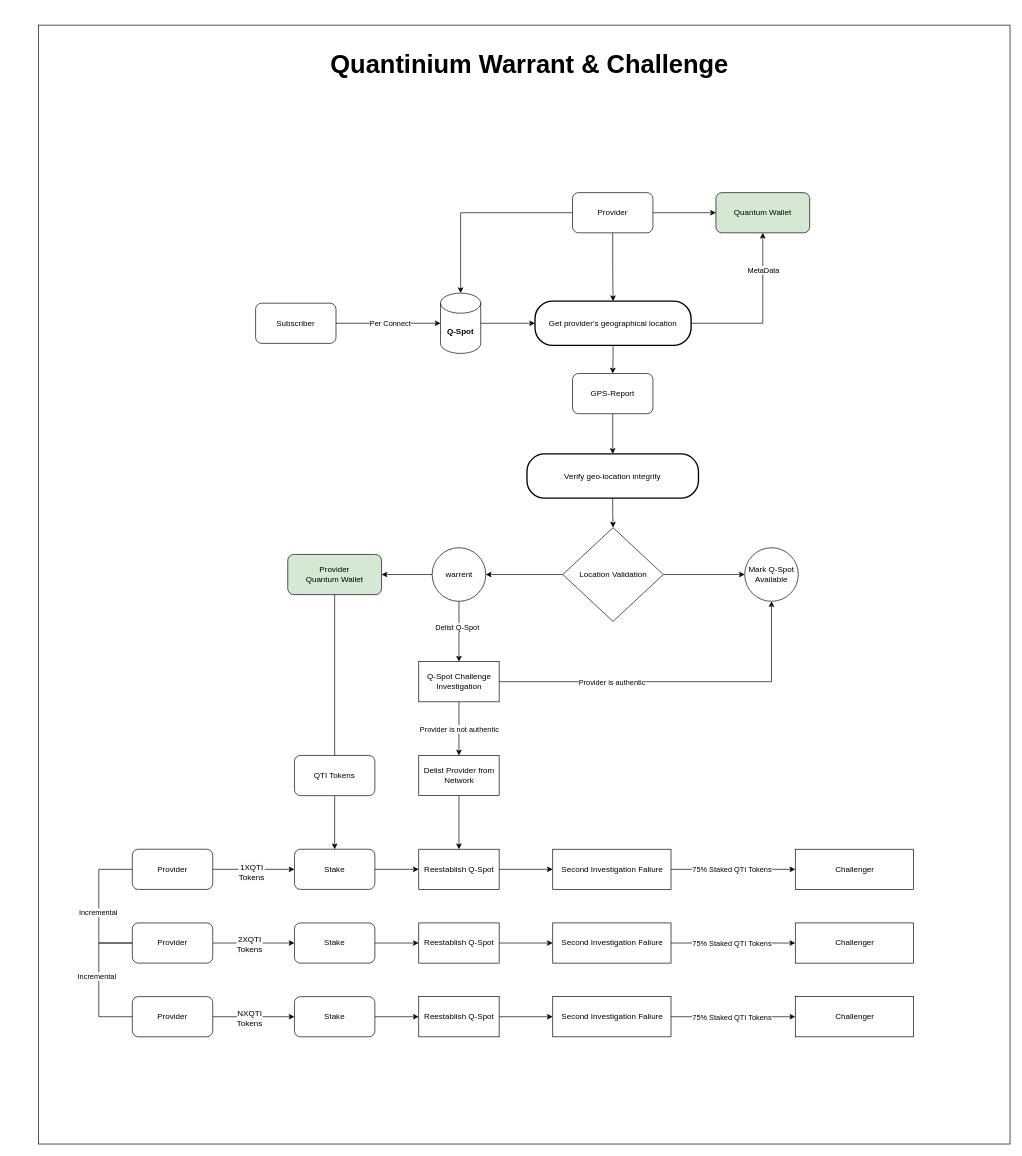
Above: QuantiniumFlow.drawio in ali-05-ahmed/Concept-Diagrams (draw.io), before the change. Source tidied: cells renumbered, new cells numbered last; positions are measured from the earlier drawing's top-left corner, leaving out a move shared by most shapes. Both pictures are drawn from the tidied source at 67%, with x=0, y=0 at pixel (38, 25).
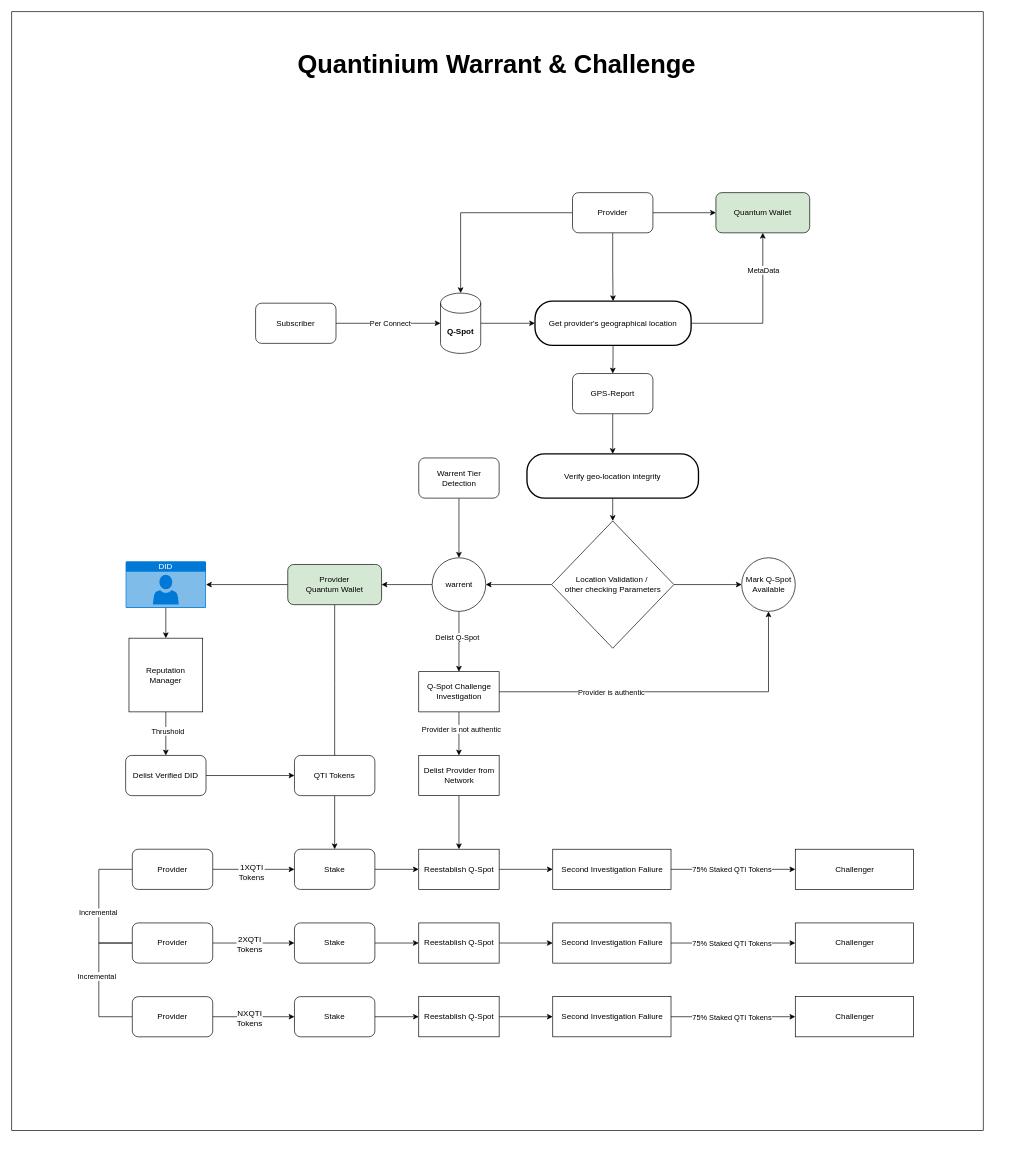
Above is the later version.

Unchanged cells that the change refers to:
```xml
<mxCell id="48" value="QTI Tokens" style="rounded=1;whiteSpace=wrap;html=1;" parent="1" vertex="1">
  <mxGeometry x="382" y="1090" width="120" height="60" as="geometry" />
</mxCell>
```

Diff of the diagram source:
```diff
@@
     <mxCell id="2" style="rounded=0;whiteSpace=wrap;html=1;" parent="1" vertex="1">
-      <mxGeometry width="1450" height="1670" as="geometry" />
+      <mxGeometry x="-40" y="-20" width="1450" height="1670" as="geometry" />
     </mxCell>
@@
-    <mxCell id="23" value="Location Validation" style="rhombus;whiteSpace=wrap;html=1;" parent="1" vertex="1">
-      <mxGeometry x="782.5" y="750" width="150" height="140" as="geometry" />
+    <mxCell id="23" value="Location Validation /&amp;nbsp;&lt;br&gt;other checking Parameters" style="rhombus;whiteSpace=wrap;html=1;" parent="1" vertex="1">
+      <mxGeometry x="765.8" y="740" width="182.5" height="190" as="geometry" />
     </mxCell>
@@
     <mxCell id="27" value="warrent" style="ellipse;whiteSpace=wrap;html=1;" parent="1" vertex="1">
-      <mxGeometry x="587.5" y="780" width="80" height="80" as="geometry" />
+      <mxGeometry x="587.5" y="795" width="80" height="80" as="geometry" />
     </mxCell>
     <mxCell id="28" value="Mark Q-Spot&lt;br&gt;Available" style="ellipse;whiteSpace=wrap;html=1;" parent="1" vertex="1">
-      <mxGeometry x="1054" y="780" width="80" height="80" as="geometry" />
+      <mxGeometry x="1049.5" y="795" width="80" height="80" as="geometry" />
     </mxCell>
@@
     <mxCell id="32" value="Q-Spot Challenge Investigation" style="whiteSpace=wrap;html=1;" parent="1" vertex="1">
-      <mxGeometry x="567.5" y="950" width="120" height="60" as="geometry" />
+      <mxGeometry x="567.5" y="965" width="120" height="60" as="geometry" />
     </mxCell>
@@
+    <mxCell id="78" style="edgeStyle=orthogonalEdgeStyle;rounded=0;jettySize=auto;html=1;" parent="1" edge="1" source="34" target="80">
+      <mxGeometry relative="1" as="geometry" />
+    </mxCell>
     <mxCell id="34" value="Provider&lt;br&gt;Quantum Wallet" style="rounded=1;whiteSpace=wrap;html=1;fillColor=#d5e8d4;" parent="1" vertex="1">
-      <mxGeometry x="372" y="790" width="140" height="60" as="geometry" />
+      <mxGeometry x="372" y="805" width="140" height="60" as="geometry" />
     </mxCell>
@@
     <mxCell id="37" value="Provider is not authentic" style="edgeLabel;html=1;align=center;verticalAlign=middle;" parent="1" vertex="1">
-      <mxGeometry x="627.5" y="1050" as="geometry" />
+      <mxGeometry x="630" y="1050" as="geometry" />
     </mxCell>
@@
     <mxCell id="76" value="&lt;h1 style=&quot;margin-top: 0px;&quot;&gt;&lt;font style=&quot;font-size: 38px;&quot;&gt;Quantinium Warrant &amp;amp; Challenge&lt;/font&gt;&lt;/h1&gt;" style="text;html=1;whiteSpace=wrap;overflow=hidden;rounded=0;" parent="1" vertex="1">
-      <mxGeometry x="434" y="30" width="600" height="60" as="geometry" />
+      <mxGeometry x="385" y="30" width="600" height="60" as="geometry" />
     </mxCell>
@@
+    <mxCell id="79" style="edgeStyle=orthogonalEdgeStyle;rounded=0;jettySize=auto;html=1;" parent="1" edge="1" source="80" target="83">
+      <mxGeometry relative="1" as="geometry" />
+    </mxCell>
+    <mxCell id="80" value="DID" style="html=1;whiteSpace=wrap;strokeColor=none;fillColor=#0079D6;labelPosition=center;verticalLabelPosition=middle;verticalAlign=top;align=center;fontSize=12;outlineConnect=0;spacingTop=-6;fontColor=#FFFFFF;sketch=0;shape=mxgraph.sitemap.profile;" parent="1" vertex="1">
+      <mxGeometry x="130" y="800" width="120" height="70" as="geometry" />
+    </mxCell>
+    <mxCell id="81" style="edgeStyle=orthogonalEdgeStyle;rounded=0;jettySize=auto;html=1;" parent="1" edge="1" source="83" target="85">
+      <mxGeometry relative="1" as="geometry" />
+    </mxCell>
+    <mxCell id="82" value="Thrushold" style="edgeLabel;html=1;align=center;verticalAlign=middle;" parent="81" vertex="1">
+      <mxGeometry x="-0.14" y="2" relative="1" as="geometry" />
+    </mxCell>
+    <mxCell id="83" value="Reputation Manager" style="whiteSpace=wrap;html=1;" parent="1" vertex="1">
+      <mxGeometry x="135" y="915" width="110" height="110" as="geometry" />
+    </mxCell>
+    <mxCell id="84" style="edgeStyle=orthogonalEdgeStyle;rounded=0;jettySize=auto;html=1;" parent="1" edge="1" source="85" target="48">
+      <mxGeometry relative="1" as="geometry" />
+    </mxCell>
+    <mxCell id="85" value="Delist Verified DID" style="rounded=1;whiteSpace=wrap;html=1;" parent="1" vertex="1">
+      <mxGeometry x="130" y="1090" width="120" height="60" as="geometry" />
+    </mxCell>
+    <mxCell id="86" style="edgeStyle=orthogonalEdgeStyle;rounded=0;jettySize=auto;html=1;" parent="1" edge="1" source="87" target="27">
+      <mxGeometry relative="1" as="geometry" />
+    </mxCell>
+    <mxCell id="87" value="Warrent Tier Detection" style="rounded=1;whiteSpace=wrap;html=1;" parent="1" vertex="1">
+      <mxGeometry x="567.5" y="646" width="120" height="60" as="geometry" />
+    </mxCell>
```
